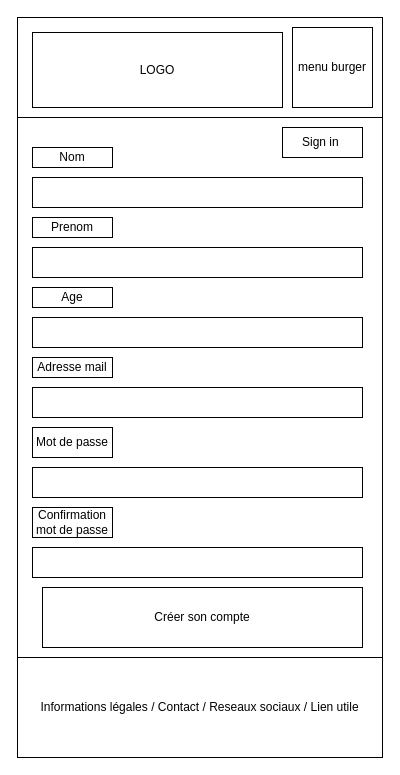
The draw.io diagram page "Creation d'un compte" (3 of 9) of doc/wireframe_mobile.drawio in SeguierJonathan/ZombieLand, before the edit. Source tidied: cells renumbered, new cells numbered last; positions are measured from the earlier drawing's top-left corner, leaving out a move shared by most shapes. Both pictures are drawn from the tidied source at 100%, with x=0, y=0 at pixel (17, 17).
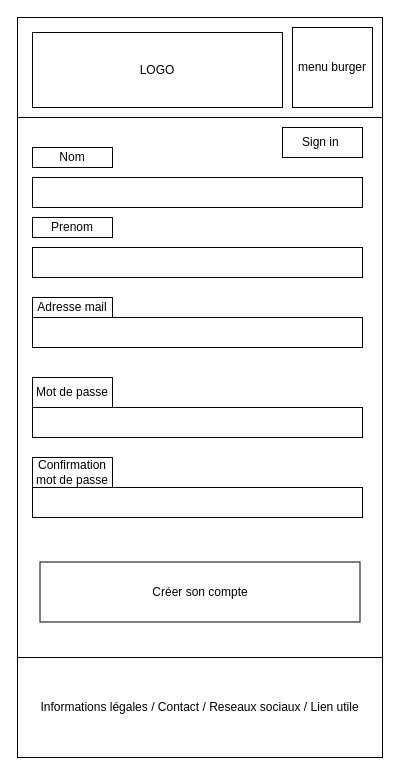
After the change.

Change to the diagram source:
```diff
@@
     <mxCell id="8" value="Adresse mail" style="rounded=0;whiteSpace=wrap;html=1;" parent="1" vertex="1">
-      <mxGeometry x="15" y="340" width="80" height="20" as="geometry" />
+      <mxGeometry x="15" y="280" width="80" height="20" as="geometry" />
     </mxCell>
     <mxCell id="9" value="Mot de passe" style="rounded=0;whiteSpace=wrap;html=1;" parent="1" vertex="1">
-      <mxGeometry x="15" y="410" width="80" height="30" as="geometry" />
+      <mxGeometry x="15" y="360" width="80" height="30" as="geometry" />
     </mxCell>
     <mxCell id="10" style="rounded=0;whiteSpace=wrap;html=1;" parent="1" vertex="1">
-      <mxGeometry x="15" y="370" width="330" height="30" as="geometry" />
+      <mxGeometry x="15" y="300" width="330" height="30" as="geometry" />
     </mxCell>
     <mxCell id="11" style="rounded=0;whiteSpace=wrap;html=1;" parent="1" vertex="1">
-      <mxGeometry x="15" y="450" width="330" height="30" as="geometry" />
+      <mxGeometry x="15" y="390" width="330" height="30" as="geometry" />
     </mxCell>
     <mxCell id="12" value="Créer son compte" style="rounded=0;whiteSpace=wrap;html=1;" parent="1" vertex="1">
-      <mxGeometry x="25" y="570" width="320" height="60" as="geometry" />
+      <mxGeometry x="22.5" y="544.5" width="320" height="60" as="geometry" />
     </mxCell>
     <mxCell id="13" style="rounded=0;whiteSpace=wrap;html=1;" parent="1" vertex="1">
-      <mxGeometry x="15" y="530" width="330" height="30" as="geometry" />
+      <mxGeometry x="15" y="470" width="330" height="30" as="geometry" />
     </mxCell>
     <mxCell id="14" value="Confirmation mot de passe" style="rounded=0;whiteSpace=wrap;html=1;" parent="1" vertex="1">
-      <mxGeometry x="15" y="490" width="80" height="30" as="geometry" />
+      <mxGeometry x="15" y="440" width="80" height="30" as="geometry" />
     </mxCell>
@@
-    <mxCell id="19" style="rounded=0;whiteSpace=wrap;html=1;" parent="1" vertex="1">
-      <mxGeometry x="15" y="300" width="330" height="30" as="geometry" />
-    </mxCell>
-    <mxCell id="20" value="Age" style="rounded=0;whiteSpace=wrap;html=1;" parent="1" vertex="1">
-      <mxGeometry x="15" y="270" width="80" height="20" as="geometry" />
-    </mxCell>
```
